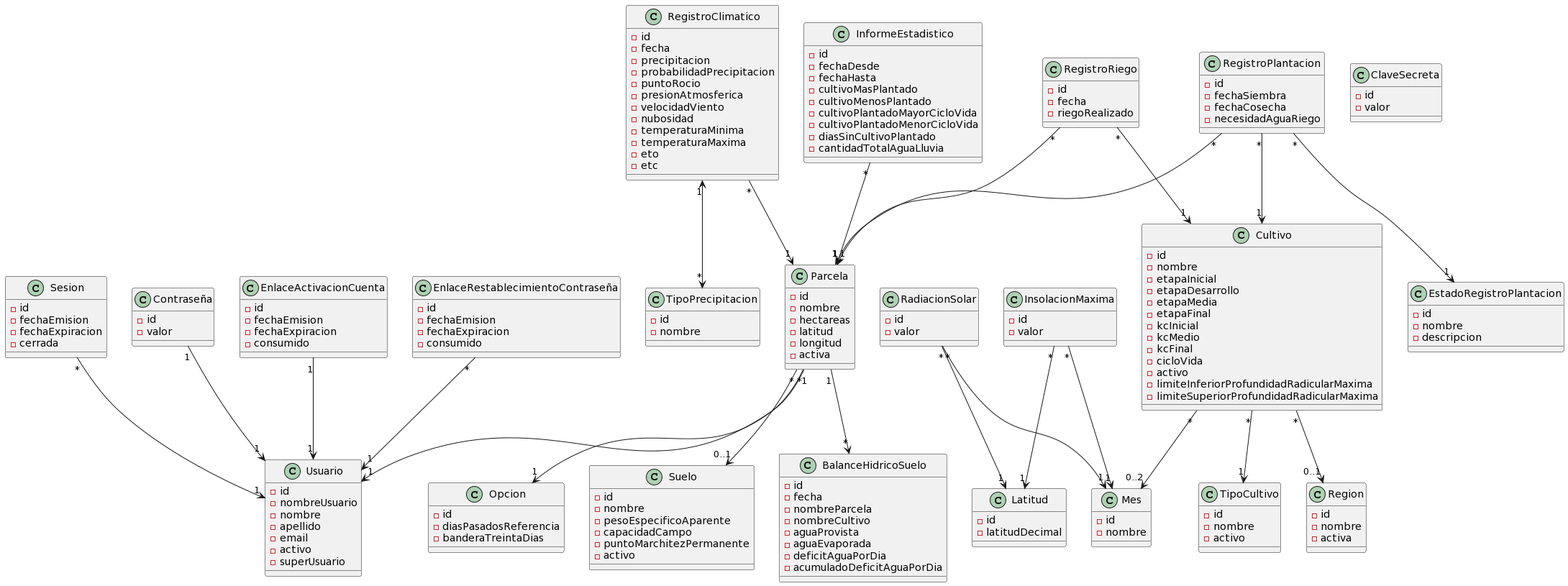
Before: docs/domain model/Modelo de dominio.png, a diagram exported from PlantUML (facundopaez-dev/sistema-web-riego).
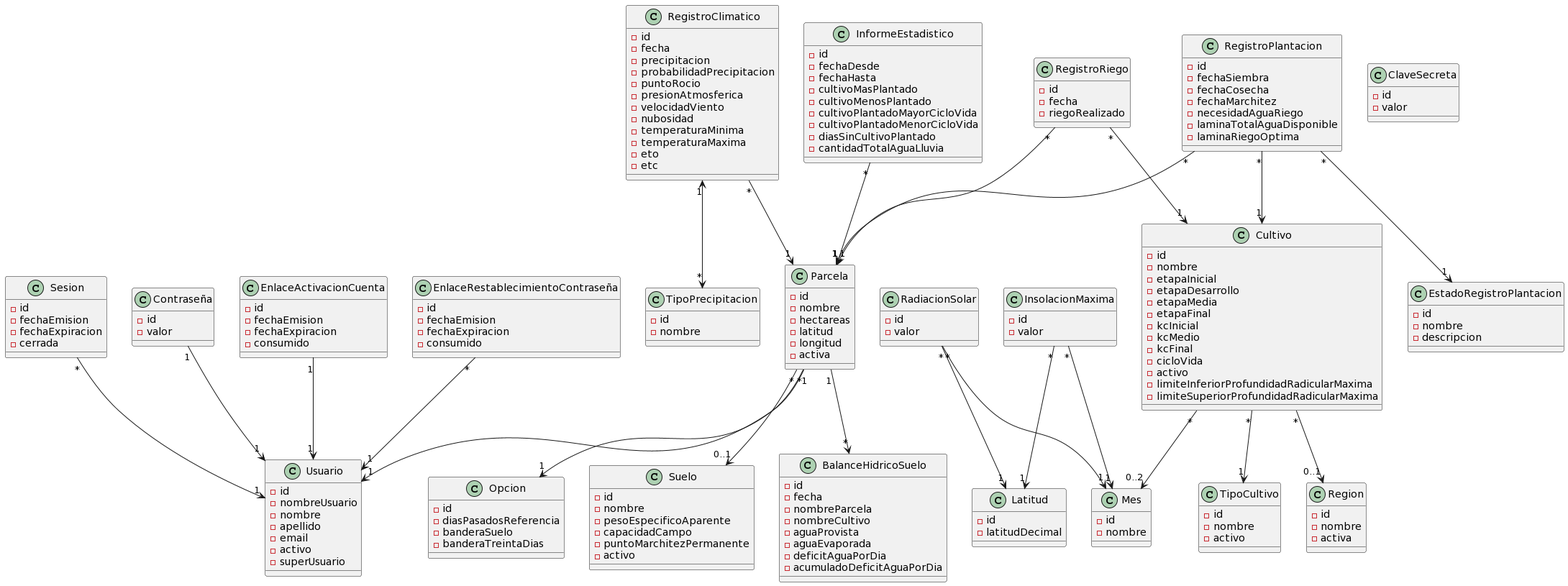
Later version of the same file.

Diff of the diagram source:
```diff
@@ -96,7 +96,10 @@
 -id
 -fechaSiembra
 -fechaCosecha
+-fechaMarchitez
 -necesidadAguaRiego
+-laminaTotalAguaDisponible
+-laminaRiegoOptima
 }
 
 class RegistroRiego {
@@ -108,6 +111,7 @@
 class Opcion {
 -id
 -diasPasadosReferencia
+-banderaSuelo
 -banderaTreintaDias
 }
 
```
